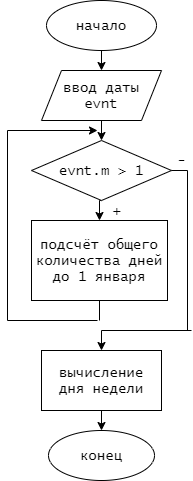
This is лр8/укруп бл.png from Aprokun/-, a draw.io export, as it was before one commit. Source tidied: cells renumbered, new cells last; positions are measured from the earlier drawing's top-left corner, leaving out a move shared by most shapes.
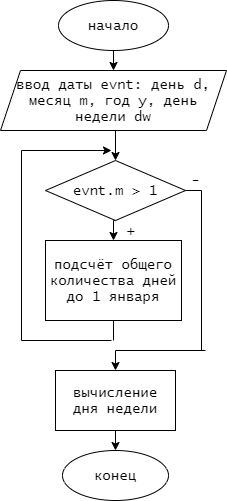
The same file after the commit.

Change to the diagram source:
```diff
@@ -6,13 +6,13 @@
       <mxGeometry relative="1" as="geometry" />
     </mxCell>
     <mxCell id="3" value="начало" style="ellipse;whiteSpace=wrap;html=1;fontSize=14;fontFamily=Lucida Console;" parent="1" vertex="1">
-      <mxGeometry x="39" width="110" height="50" as="geometry" />
+      <mxGeometry x="37" y="-20" width="110" height="50" as="geometry" />
     </mxCell>
     <mxCell id="4" style="edgeStyle=orthogonalEdgeStyle;rounded=0;jettySize=auto;html=1;exitX=0.5;exitY=1;exitDx=0;exitDy=0;entryX=0.5;entryY=0;entryDx=0;entryDy=0;fontFamily=Lucida Console;fontSize=14;" parent="1" edge="1" source="5" target="7">
       <mxGeometry relative="1" as="geometry" />
     </mxCell>
-    <mxCell id="5" value="ввод даты evnt" style="shape=parallelogram;perimeter=parallelogramPerimeter;whiteSpace=wrap;html=1;fixedSize=1;fontFamily=Lucida Console;fontSize=14;" parent="1" vertex="1">
-      <mxGeometry x="34" y="70" width="120" height="50" as="geometry" />
+    <mxCell id="5" value="ввод даты evnt: день d, месяц m, год y, день недели dw" style="shape=parallelogram;perimeter=parallelogramPerimeter;whiteSpace=wrap;html=1;fixedSize=1;fontFamily=Lucida Console;fontSize=14;" parent="1" vertex="1">
+      <mxGeometry x="-21" y="50" width="226" height="60" as="geometry" />
     </mxCell>
     <mxCell id="6" style="edgeStyle=orthogonalEdgeStyle;rounded=0;jettySize=auto;html=1;exitX=0.5;exitY=1;exitDx=0;exitDy=0;entryX=0.5;entryY=0;entryDx=0;entryDy=0;fontFamily=Lucida Console;fontSize=14;" parent="1" edge="1" source="7" target="8">
       <mxGeometry relative="1" as="geometry" />
```
